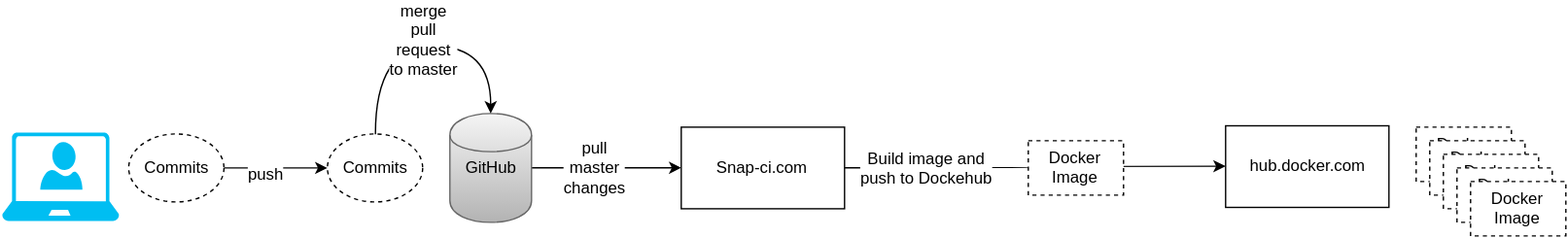
The draw.io diagram pages/en/developers/docker-guide/build-pipeline.svg in HSLdevcom/digitransit-site, before a commit. Source tidied: cells renumbered, new cells last; positions are measured from the earlier drawing's top-left corner, leaving out a move shared by most shapes. The source it was exported from:
```xml
<mxGraphModel background="#ffffff">
  <root>
    <mxCell id="0" />
    <mxCell id="1" parent="0" />
    <mxCell id="2" style="edgeStyle=orthogonalEdgeStyle;curved=1;rounded=0;html=1;jettySize=auto;" parent="1" edge="1" source="4" target="8">
      <mxGeometry relative="1" as="geometry" />
    </mxCell>
    <mxCell id="3" value="Build image and&lt;div&gt;push to Dockehub&lt;/div&gt;" style="text;html=1;align=center;verticalAlign=middle;labelBackgroundColor=#ffffff;" parent="2" vertex="1">
      <mxGeometry x="-0.57" relative="1" as="geometry" />
    </mxCell>
    <mxCell id="4" value="&lt;div style=&quot;text-align: center&quot;&gt;Snap-ci.com&lt;/div&gt;" style="whiteSpace=wrap;html=1;align=center;fillColor=#ffffff;strokeColor=#000000;" parent="1" vertex="1">
      <mxGeometry x="499" y="60" width="120" height="60" as="geometry" />
    </mxCell>
    <mxCell id="5" style="edgeStyle=orthogonalEdgeStyle;curved=1;rounded=0;html=1;jettySize=auto;entryX=0;entryY=0.5;" parent="1" edge="1" source="7" target="4">
      <mxGeometry relative="1" as="geometry" />
    </mxCell>
    <mxCell id="6" value="pull &lt;br&gt;master&lt;br&gt;changes" style="text;html=1;align=center;verticalAlign=middle;labelBackgroundColor=#ffffff;" parent="5" vertex="1">
      <mxGeometry x="-0.01" y="8" relative="1" as="geometry">
        <mxPoint x="-9" y="7" as="offset" />
      </mxGeometry>
    </mxCell>
    <mxCell id="7" value="GitHub" style="shape=cylinder;whiteSpace=wrap;html=1;align=center;plain-gray;" parent="1" vertex="1">
      <mxGeometry x="329" y="50" width="60" height="80" as="geometry" />
    </mxCell>
    <mxCell id="8" value="&lt;div style=&quot;text-align: center&quot;&gt;hub.docker.com&lt;/div&gt;" style="whiteSpace=wrap;html=1;align=center;fillColor=#ffffff;strokeColor=#000000;" parent="1" vertex="1">
      <mxGeometry x="899" y="59" width="120" height="60" as="geometry" />
    </mxCell>
    <mxCell id="9" value="Commits" style="ellipse;whiteSpace=wrap;html=1;dashed=1;align=center;" parent="1" vertex="1">
      <mxGeometry x="239" y="65" width="70" height="50" as="geometry" />
    </mxCell>
    <mxCell id="10" style="edgeStyle=orthogonalEdgeStyle;curved=1;rounded=0;html=1;jettySize=auto;" parent="1" edge="1" source="12" target="9">
      <mxGeometry relative="1" as="geometry" />
    </mxCell>
    <mxCell id="11" value="push" style="text;html=1;align=center;verticalAlign=middle;labelBackgroundColor=#ffffff;" parent="10" vertex="1">
      <mxGeometry x="-0.21" y="-3" relative="1" as="geometry" />
    </mxCell>
    <mxCell id="12" value="Commits" style="ellipse;whiteSpace=wrap;html=1;dashed=1;align=center;" parent="1" vertex="1">
      <mxGeometry x="93" y="65" width="70" height="50" as="geometry" />
    </mxCell>
    <mxCell id="13" style="verticalLabelPosition=bottom;html=1;verticalAlign=top;strokeColor=none;fillColor=#00BEF2;shape=mxgraph.azure.user;align=center;" parent="1" vertex="1">
      <mxGeometry x="28" y="71" width="31" height="35" as="geometry" />
    </mxCell>
    <mxCell id="14" style="verticalLabelPosition=bottom;html=1;verticalAlign=top;strokeColor=none;fillColor=#00BEF2;shape=mxgraph.azure.laptop;align=center;" parent="1" vertex="1">
      <mxGeometry y="64" width="86" height="65" as="geometry" />
    </mxCell>
    <mxCell id="15" style="edgeStyle=orthogonalEdgeStyle;rounded=0;html=1;jettySize=auto;entryX=0.5;entryY=0;exitX=0.5;exitY=0;curved=1;" parent="1" edge="1" source="9" target="7">
      <mxGeometry relative="1" as="geometry">
        <Array as="points">
          <mxPoint x="274" />
          <mxPoint x="359" />
        </Array>
      </mxGeometry>
    </mxCell>
    <mxCell id="16" value="merge &lt;br&gt;pull &lt;br&gt;request &lt;br&gt;to master&lt;div&gt;&lt;br&gt;&lt;/div&gt;" style="text;html=1;align=center;verticalAlign=middle;labelBackgroundColor=#ffffff;" parent="15" vertex="1">
      <mxGeometry x="0.01" y="-1" relative="1" as="geometry" />
    </mxCell>
    <mxCell id="17" value="Docker Image" style="whiteSpace=wrap;html=1;align=center;dashed=1;" parent="1" vertex="1">
      <mxGeometry x="754" y="70" width="70" height="40" as="geometry" />
    </mxCell>
    <mxCell id="18" value="Docker Image" style="whiteSpace=wrap;html=1;align=center;dashed=1;" parent="1" vertex="1">
      <mxGeometry x="1039" y="60" width="70" height="40" as="geometry" />
    </mxCell>
    <mxCell id="19" value="Docker Image" style="whiteSpace=wrap;html=1;align=center;dashed=1;" parent="1" vertex="1">
      <mxGeometry x="1049" y="70" width="70" height="40" as="geometry" />
    </mxCell>
    <mxCell id="20" value="Docker Image" style="whiteSpace=wrap;html=1;align=center;dashed=1;" parent="1" vertex="1">
      <mxGeometry x="1059" y="80" width="70" height="40" as="geometry" />
    </mxCell>
    <mxCell id="21" value="Docker Image" style="whiteSpace=wrap;html=1;align=center;dashed=1;" parent="1" vertex="1">
      <mxGeometry x="1069" y="90" width="70" height="40" as="geometry" />
    </mxCell>
    <mxCell id="22" value="Docker Image" style="whiteSpace=wrap;html=1;align=center;dashed=1;" parent="1" vertex="1">
      <mxGeometry x="1079" y="100" width="70" height="40" as="geometry" />
    </mxCell>
  </root>
</mxGraphModel>
```
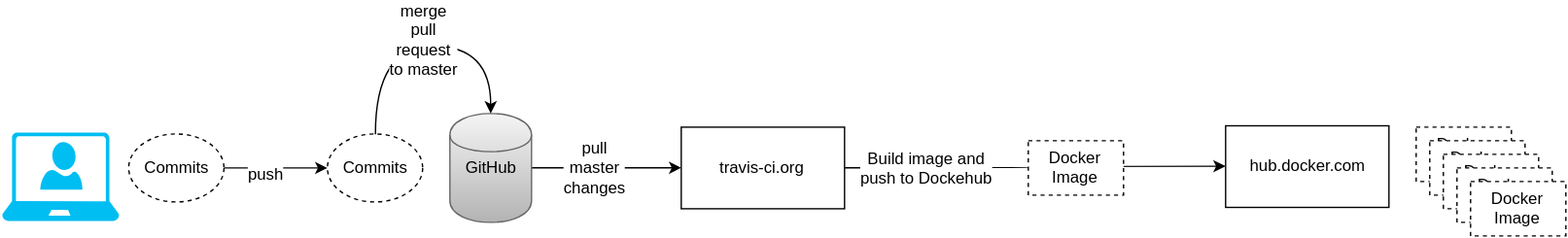
After the commit.

Commit message:
Change ci docs to refer to travis instead of snap-ci

What changed in the source:
```diff
@@ -8,7 +8,7 @@
     <mxCell id="3" value="Build image and&lt;div&gt;push to Dockehub&lt;/div&gt;" style="text;html=1;align=center;verticalAlign=middle;labelBackgroundColor=#ffffff;" parent="2" vertex="1">
       <mxGeometry x="-0.57" relative="1" as="geometry" />
     </mxCell>
-    <mxCell id="4" value="&lt;div style=&quot;text-align: center&quot;&gt;Snap-ci.com&lt;/div&gt;" style="whiteSpace=wrap;html=1;align=center;fillColor=#ffffff;strokeColor=#000000;" parent="1" vertex="1">
+    <mxCell id="4" value="&lt;div style=&quot;text-align: center&quot;&gt;travis-ci.org&lt;/div&gt;" style="whiteSpace=wrap;html=1;align=center;fillColor=#ffffff;strokeColor=#000000;" parent="1" vertex="1">
       <mxGeometry x="499" y="60" width="120" height="60" as="geometry" />
     </mxCell>
     <mxCell id="5" style="edgeStyle=orthogonalEdgeStyle;curved=1;rounded=0;html=1;jettySize=auto;entryX=0;entryY=0.5;" parent="1" edge="1" source="7" target="4">
```
